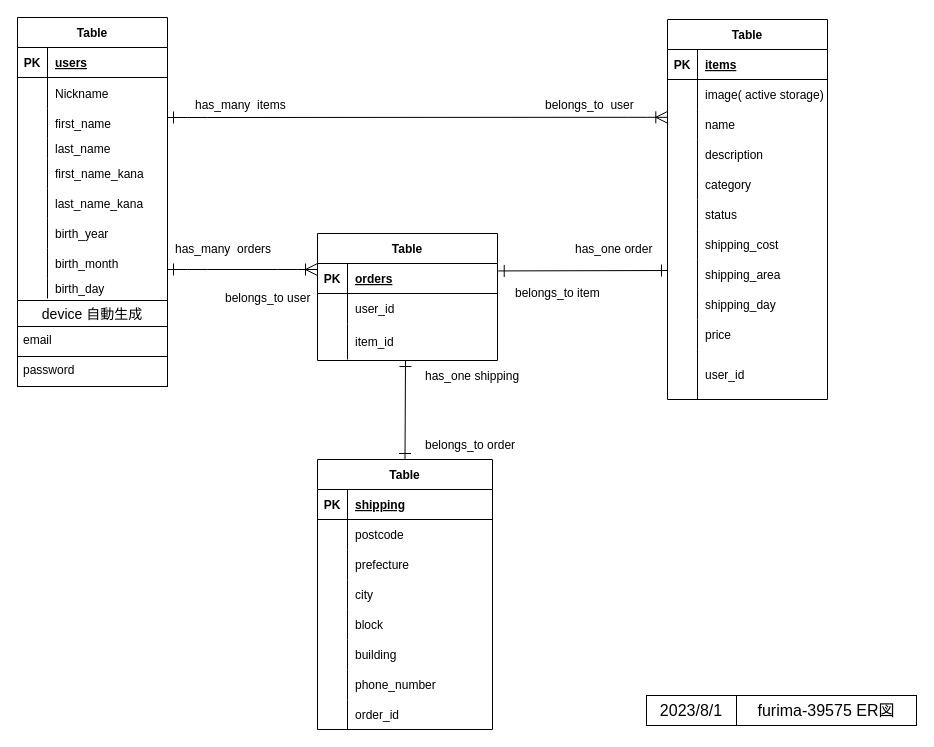
The draw.io diagram table.drawio in hiyak423/furima-39575, before the edit. Source tidied: cells renumbered, new cells numbered last; positions are measured from the earlier drawing's top-left corner, leaving out a move shared by most shapes. Both pictures are drawn from the tidied source at 100%, with x=0, y=0 at pixel (17, 17).
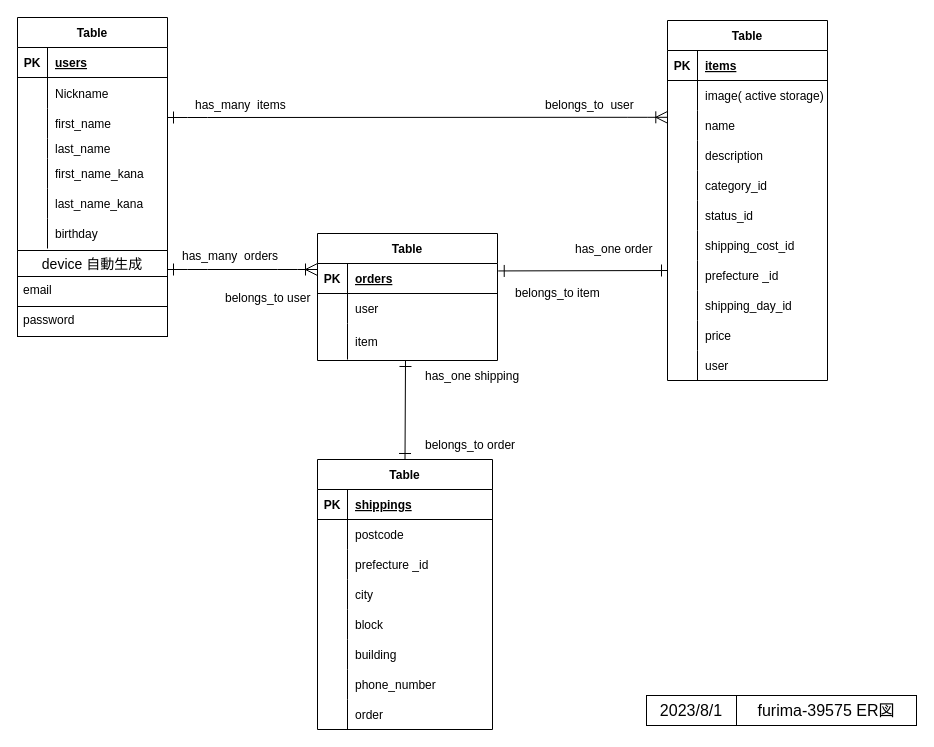
The same page after the edit.

Commit message (it also covers changes not shown here):
ER図、README修正

The change refers to these unchanged cells:
```xml
<mxCell id="21" style="shape=tableRow;horizontal=0;startSize=0;swimlaneHead=0;swimlaneBody=0;fillColor=none;top=0;left=0;right=0;bottom=0;fontColor=#000000;strokeColor=#000000;" parent="2" vertex="1">
  <mxGeometry y="201" width="150" height="30" as="geometry" />
</mxCell>
<mxCell id="32" style="shape=tableRow;horizontal=0;startSize=0;swimlaneHead=0;swimlaneBody=0;fillColor=none;top=0;left=0;right=0;bottom=1;fontColor=#000000;strokeColor=#000000;" parent="31" vertex="1">
  <mxGeometry y="30" width="175" height="30" as="geometry" />
</mxCell>
<mxCell id="38" style="shape=tableRow;horizontal=0;startSize=0;swimlaneHead=0;swimlaneBody=0;fillColor=none;top=0;left=0;right=0;bottom=0;fontColor=#000000;strokeColor=#000000;" parent="31" vertex="1">
  <mxGeometry y="90" width="175" height="30" as="geometry" />
</mxCell>
<mxCell id="53" style="shape=tableRow;horizontal=0;startSize=0;swimlaneHead=0;swimlaneBody=0;fillColor=none;top=0;left=0;right=0;bottom=0;fontColor=#000000;strokeColor=#000000;" parent="31" vertex="1">
  <mxGeometry y="240" width="175" height="30" as="geometry" />
</mxCell>
<mxCell id="69" style="shape=tableRow;horizontal=0;startSize=0;swimlaneHead=0;swimlaneBody=0;fillColor=none;top=0;left=0;right=0;bottom=0;fontColor=#000000;strokeColor=#000000;" parent="56" vertex="1">
  <mxGeometry y="150" width="160" height="30" as="geometry" />
</mxCell>
<mxCell id="72" style="shape=tableRow;horizontal=0;startSize=0;swimlaneHead=0;swimlaneBody=0;fillColor=none;top=0;left=0;right=0;bottom=0;fontColor=#000000;strokeColor=#000000;" parent="56" vertex="1">
  <mxGeometry y="180" width="160" height="30" as="geometry" />
</mxCell>
<mxCell id="75" style="shape=tableRow;horizontal=0;startSize=0;swimlaneHead=0;swimlaneBody=0;fillColor=none;top=0;left=0;right=0;bottom=0;fontColor=#000000;strokeColor=#000000;" parent="56" vertex="1">
  <mxGeometry y="210" width="160" height="30" as="geometry" />
</mxCell>
<mxCell id="78" style="shape=tableRow;horizontal=0;startSize=0;swimlaneHead=0;swimlaneBody=0;fillColor=none;top=0;left=0;right=0;bottom=0;fontColor=#000000;strokeColor=#000000;" parent="56" vertex="1">
  <mxGeometry y="240" width="160" height="30" as="geometry" />
</mxCell>
<mxCell id="81" style="shape=tableRow;horizontal=0;startSize=0;swimlaneHead=0;swimlaneBody=0;fillColor=none;top=0;left=0;right=0;bottom=0;fontColor=#000000;strokeColor=#000000;" parent="56" vertex="1">
  <mxGeometry y="270" width="160" height="30" as="geometry" />
</mxCell>
<mxCell id="94" style="shape=tableRow;horizontal=0;startSize=0;swimlaneHead=0;swimlaneBody=0;fillColor=none;top=0;left=0;right=0;bottom=0;fontColor=#000000;strokeColor=#000000;" parent="90" vertex="1">
  <mxGeometry y="60" width="180" height="30" as="geometry" />
</mxCell>
<mxCell id="97" style="shape=tableRow;horizontal=0;startSize=0;swimlaneHead=0;swimlaneBody=0;fillColor=none;top=0;left=0;right=0;bottom=0;fontColor=#000000;strokeColor=#000000;" parent="90" vertex="1">
  <mxGeometry y="90" width="180" height="36" as="geometry" />
</mxCell>
```

What changed in the source:
```diff
@@
     <mxCell id="2" value="Table" style="shape=table;startSize=30;childLayout=tableLayout;rowLines=0;fontStyle=1;align=center;fontColor=#000000;labelBackgroundColor=#FFFFFF;strokeColor=#000000;fillColor=none;" parent="1" vertex="1">
-      <mxGeometry width="150" height="283" as="geometry" />
+      <mxGeometry width="150" height="233" as="geometry" />
     </mxCell>
@@
-    <mxCell id="23" value="birth_year" style="shape=partialRectangle;fillColor=none;top=0;left=0;bottom=0;right=0;align=left;spacingLeft=6;overflow=hidden;fontColor=#000000;strokeColor=#000000;" parent="21" vertex="1">
+    <mxCell id="23" value="birthday" style="shape=partialRectangle;fillColor=none;top=0;left=0;bottom=0;right=0;align=left;spacingLeft=6;overflow=hidden;fontColor=#000000;strokeColor=#000000;" parent="21" vertex="1">
       <mxGeometry x="30" width="120" height="30" as="geometry" />
     </mxCell>
-    <mxCell id="24" style="shape=tableRow;horizontal=0;startSize=0;swimlaneHead=0;swimlaneBody=0;fillColor=none;top=0;left=0;right=0;bottom=0;fontSize=16;fontColor=#000000;strokeColor=#000000;" parent="2" vertex="1">
-      <mxGeometry y="231" width="150" height="30" as="geometry" />
-    </mxCell>
-    <mxCell id="25" style="shape=partialRectangle;fillColor=none;top=0;left=0;bottom=0;right=0;overflow=hidden;fontSize=16;fontColor=#000000;strokeColor=#000000;" parent="24" vertex="1">
-      <mxGeometry width="30" height="30" as="geometry" />
-    </mxCell>
-    <mxCell id="26" value="birth_month" style="shape=partialRectangle;fillColor=none;top=0;left=0;bottom=0;right=0;align=left;spacingLeft=6;overflow=hidden;fontSize=12;fontColor=#000000;strokeColor=#000000;" parent="24" vertex="1">
-      <mxGeometry x="30" width="120" height="30" as="geometry" />
-    </mxCell>
-    <mxCell id="27" style="shape=tableRow;horizontal=0;startSize=0;swimlaneHead=0;swimlaneBody=0;fillColor=none;top=0;left=0;right=0;bottom=0;fontSize=16;fontColor=#000000;strokeColor=#000000;" parent="2" vertex="1">
-      <mxGeometry y="261" width="150" height="20" as="geometry" />
-    </mxCell>
-    <mxCell id="28" style="shape=partialRectangle;fillColor=none;top=0;left=0;bottom=0;right=0;overflow=hidden;fontSize=16;fontColor=#000000;strokeColor=#000000;" parent="27" vertex="1">
-      <mxGeometry width="30" height="20" as="geometry" />
-    </mxCell>
-    <mxCell id="29" value="birth_day" style="shape=partialRectangle;fillColor=none;top=0;left=0;bottom=0;right=0;align=left;spacingLeft=6;overflow=hidden;fontSize=12;fontColor=#000000;strokeColor=#000000;" parent="27" vertex="1">
-      <mxGeometry x="30" width="120" height="20" as="geometry" />
-    </mxCell>
@@
-    <mxCell id="34" value="shipping" style="shape=partialRectangle;fillColor=none;top=0;left=0;bottom=0;right=0;align=left;spacingLeft=6;fontStyle=5;overflow=hidden;fontColor=#000000;strokeColor=#000000;" parent="32" vertex="1">
+    <mxCell id="34" value="shippings" style="shape=partialRectangle;fillColor=none;top=0;left=0;bottom=0;right=0;align=left;spacingLeft=6;fontStyle=5;overflow=hidden;fontColor=#000000;strokeColor=#000000;" parent="32" vertex="1">
       <mxGeometry x="30" width="145" height="30" as="geometry" />
     </mxCell>
@@
-    <mxCell id="40" value="prefecture" style="shape=partialRectangle;fillColor=none;top=0;left=0;bottom=0;right=0;align=left;spacingLeft=6;overflow=hidden;fontColor=#000000;strokeColor=#000000;" parent="38" vertex="1">
+    <mxCell id="40" value="prefecture _id" style="shape=partialRectangle;fillColor=none;top=0;left=0;bottom=0;right=0;align=left;spacingLeft=6;overflow=hidden;fontColor=#000000;strokeColor=#000000;" parent="38" vertex="1">
       <mxGeometry x="30" width="145" height="30" as="geometry" />
     </mxCell>
@@
-    <mxCell id="55" value="order_id" style="shape=partialRectangle;fillColor=none;top=0;left=0;bottom=0;right=0;align=left;spacingLeft=6;overflow=hidden;fontColor=#000000;strokeColor=#000000;" parent="53" vertex="1">
+    <mxCell id="55" value="order" style="shape=partialRectangle;fillColor=none;top=0;left=0;bottom=0;right=0;align=left;spacingLeft=6;overflow=hidden;fontColor=#000000;strokeColor=#000000;" parent="53" vertex="1">
       <mxGeometry x="30" width="145" height="30" as="geometry" />
     </mxCell>
     <mxCell id="56" value="Table" style="shape=table;startSize=30;childLayout=tableLayout;rowLines=0;fontStyle=1;align=center;fontColor=#000000;labelBackgroundColor=#FFFFFF;strokeColor=#000000;fillColor=none;" parent="1" vertex="1">
-      <mxGeometry x="650" y="2" width="160" height="380" as="geometry" />
+      <mxGeometry x="650" y="3" width="160" height="360" as="geometry" />
     </mxCell>
@@
-    <mxCell id="71" value="category" style="shape=partialRectangle;fillColor=none;top=0;left=0;bottom=0;right=0;align=left;spacingLeft=6;overflow=hidden;fontColor=#000000;strokeColor=#000000;" parent="69" vertex="1">
+    <mxCell id="71" value="category_id" style="shape=partialRectangle;fillColor=none;top=0;left=0;bottom=0;right=0;align=left;spacingLeft=6;overflow=hidden;fontColor=#000000;strokeColor=#000000;" parent="69" vertex="1">
       <mxGeometry x="30" width="130" height="30" as="geometry" />
     </mxCell>
@@
-    <mxCell id="74" value="status" style="shape=partialRectangle;fillColor=none;top=0;left=0;bottom=0;right=0;align=left;spacingLeft=6;overflow=hidden;fontColor=#000000;strokeColor=#000000;" parent="72" vertex="1">
+    <mxCell id="74" value="status_id" style="shape=partialRectangle;fillColor=none;top=0;left=0;bottom=0;right=0;align=left;spacingLeft=6;overflow=hidden;fontColor=#000000;strokeColor=#000000;" parent="72" vertex="1">
       <mxGeometry x="30" width="130" height="30" as="geometry" />
     </mxCell>
@@
-    <mxCell id="77" value="shipping_cost" style="shape=partialRectangle;fillColor=none;top=0;left=0;bottom=0;right=0;align=left;spacingLeft=6;overflow=hidden;fontColor=#000000;strokeColor=#000000;" parent="75" vertex="1">
+    <mxCell id="77" value="shipping_cost_id" style="shape=partialRectangle;fillColor=none;top=0;left=0;bottom=0;right=0;align=left;spacingLeft=6;overflow=hidden;fontColor=#000000;strokeColor=#000000;" parent="75" vertex="1">
       <mxGeometry x="30" width="130" height="30" as="geometry" />
     </mxCell>
@@
-    <mxCell id="80" value="shipping_area" style="shape=partialRectangle;fillColor=none;top=0;left=0;bottom=0;right=0;align=left;spacingLeft=6;overflow=hidden;fontColor=#000000;strokeColor=#000000;" parent="78" vertex="1">
+    <mxCell id="80" value="prefecture _id" style="shape=partialRectangle;fillColor=none;top=0;left=0;bottom=0;right=0;align=left;spacingLeft=6;overflow=hidden;fontColor=#000000;strokeColor=#000000;" parent="78" vertex="1">
       <mxGeometry x="30" width="130" height="30" as="geometry" />
     </mxCell>
@@
-    <mxCell id="83" value="shipping_day" style="shape=partialRectangle;fillColor=none;top=0;left=0;bottom=0;right=0;align=left;spacingLeft=6;overflow=hidden;fontColor=#000000;strokeColor=#000000;" parent="81" vertex="1">
+    <mxCell id="83" value="shipping_day_id" style="shape=partialRectangle;fillColor=none;top=0;left=0;bottom=0;right=0;align=left;spacingLeft=6;overflow=hidden;fontColor=#000000;strokeColor=#000000;" parent="81" vertex="1">
       <mxGeometry x="30" width="130" height="30" as="geometry" />
     </mxCell>
@@
-    <mxCell id="87" style="shape=tableRow;horizontal=0;startSize=0;swimlaneHead=0;swimlaneBody=0;fillColor=none;top=0;left=0;right=0;bottom=0;fontColor=#000000;strokeColor=#000000;" parent="56" vertex="1">
-      <mxGeometry y="330" width="160" height="50" as="geometry" />
+    <mxCell id="87" style="shape=tableRow;horizontal=1;startSize=0;swimlaneHead=0;swimlaneBody=0;fillColor=none;top=0;left=0;right=0;bottom=0;fontColor=#000000;strokeColor=#000000;verticalAlign=top;" parent="56" vertex="1">
+      <mxGeometry y="330" width="160" height="30" as="geometry" />
     </mxCell>
     <mxCell id="88" style="shape=partialRectangle;fillColor=none;top=0;left=0;bottom=0;right=0;overflow=hidden;fontColor=#000000;strokeColor=#000000;" parent="87" vertex="1">
-      <mxGeometry width="30" height="50" as="geometry" />
+      <mxGeometry width="30" height="30" as="geometry" />
     </mxCell>
-    <mxCell id="89" value="user_id" style="shape=partialRectangle;fillColor=none;top=0;left=0;bottom=0;right=0;align=left;spacingLeft=6;overflow=hidden;fontColor=#000000;strokeColor=#000000;" parent="87" vertex="1">
-      <mxGeometry x="30" width="130" height="50" as="geometry" />
+    <mxCell id="89" value="user" style="shape=partialRectangle;fillColor=none;top=0;left=0;bottom=0;right=0;align=left;spacingLeft=6;overflow=hidden;fontColor=#000000;strokeColor=#000000;fontSize=12;" parent="87" vertex="1">
+      <mxGeometry x="30" width="130" height="30" as="geometry" />
     </mxCell>
@@
-    <mxCell id="96" value="user_id" style="shape=partialRectangle;fillColor=none;top=0;left=0;bottom=0;right=0;align=left;spacingLeft=6;overflow=hidden;fontColor=#000000;strokeColor=#000000;" parent="94" vertex="1">
+    <mxCell id="96" value="user" style="shape=partialRectangle;fillColor=none;top=0;left=0;bottom=0;right=0;align=left;spacingLeft=6;overflow=hidden;fontColor=#000000;strokeColor=#000000;" parent="94" vertex="1">
       <mxGeometry x="30" width="150" height="30" as="geometry" />
     </mxCell>
@@
-    <mxCell id="99" value="item_id" style="shape=partialRectangle;fillColor=none;top=0;left=0;bottom=0;right=0;align=left;spacingLeft=6;overflow=hidden;fontColor=#000000;strokeColor=#000000;" parent="97" vertex="1">
+    <mxCell id="99" value="item" style="shape=partialRectangle;fillColor=none;top=0;left=0;bottom=0;right=0;align=left;spacingLeft=6;overflow=hidden;fontColor=#000000;strokeColor=#000000;" parent="97" vertex="1">
       <mxGeometry x="30" width="150" height="36" as="geometry" />
     </mxCell>
     <mxCell id="100" value="device 自動生成" style="swimlane;fontStyle=0;horizontal=1;startSize=26;align=center;fontSize=14;fontColor=#000000;strokeColor=#000000;fillColor=none;" parent="1" vertex="1">
-      <mxGeometry y="283" width="150" height="86" as="geometry" />
+      <mxGeometry y="233" width="150" height="86" as="geometry" />
     </mxCell>
@@
     <mxCell id="110" value="has_many  orders" style="shape=partialRectangle;fillColor=none;top=0;left=0;bottom=0;right=0;align=left;spacingLeft=6;overflow=hidden;fontColor=#000000;strokeColor=#000000;" parent="1" vertex="1">
-      <mxGeometry x="150" y="216" width="120" height="30" as="geometry" />
+      <mxGeometry x="157" y="223" width="120" height="30" as="geometry" />
     </mxCell>
```
